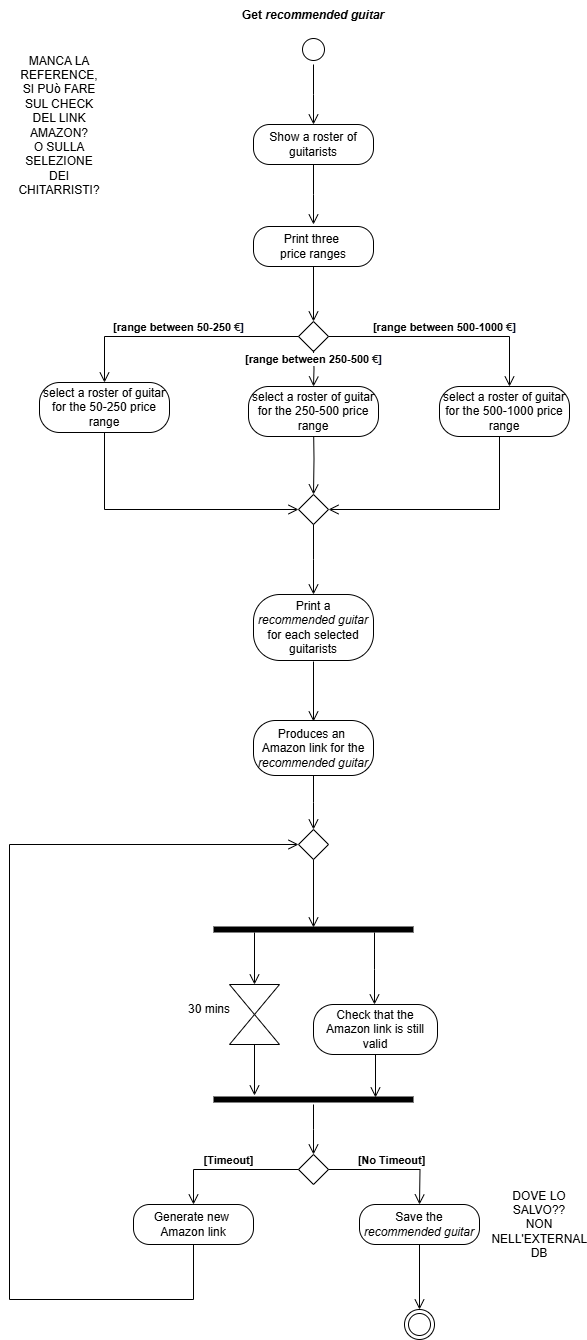
Earlier version of the draw.io export ActivityDiagramM.drawio.png (TizianoLilli/ISPW-Project). Source tidied: cells renumbered, new cells last; positions are measured from the earlier drawing's top-left corner, leaving out a move shared by most shapes.
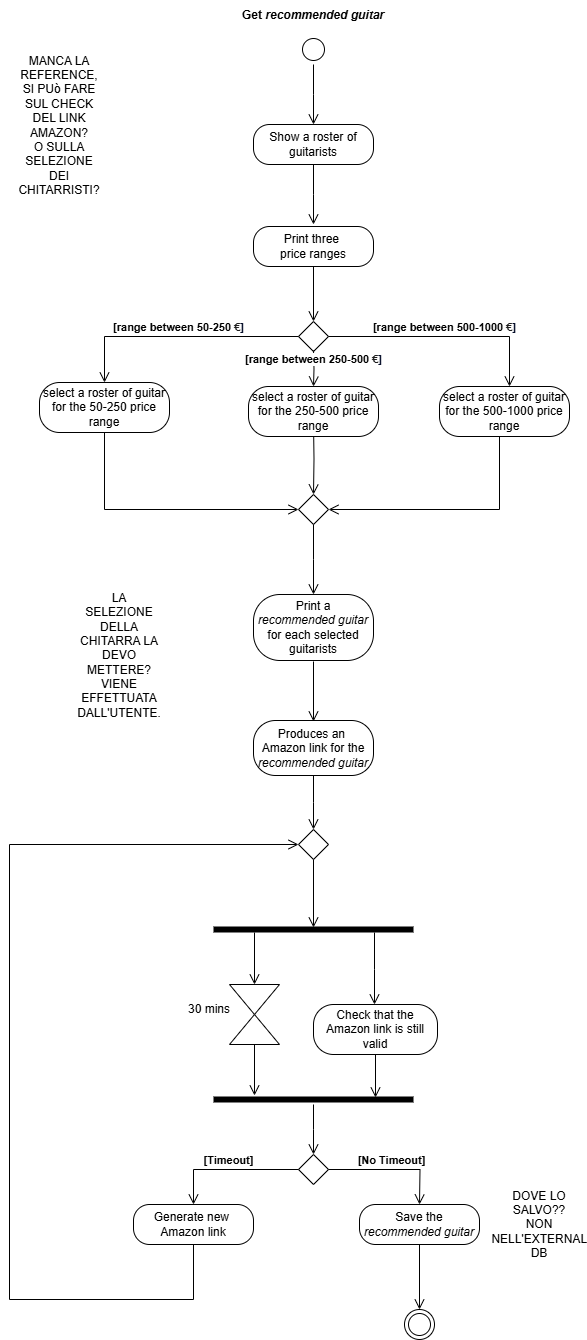
The same diagram one commit later.

Change to the diagram source:
```diff
@@ -183,5 +183,8 @@
     <mxCell id="47" value="MANCA LA REFERENCE, SI PUò FARE SUL CHECK DEL LINK AMAZON?&lt;div&gt;O SULLA SELEZIONE DEI CHITARRISTI?&lt;/div&gt;" style="text;html=1;align=center;verticalAlign=middle;whiteSpace=wrap;rounded=0;" parent="1" vertex="1">
       <mxGeometry x="20" y="110" width="60" height="30" as="geometry" />
     </mxCell>
+    <mxCell id="48" value="LA SELEZIONE DELLA CHITARRA LA DEVO METTERE? VIENE EFFETTUATA DALL'UTENTE." style="text;html=1;align=center;verticalAlign=middle;whiteSpace=wrap;rounded=0;" parent="1" vertex="1">
+      <mxGeometry x="80" y="640" width="60" height="30" as="geometry" />
+    </mxCell>
   </root>
 </mxGraphModel>
```
